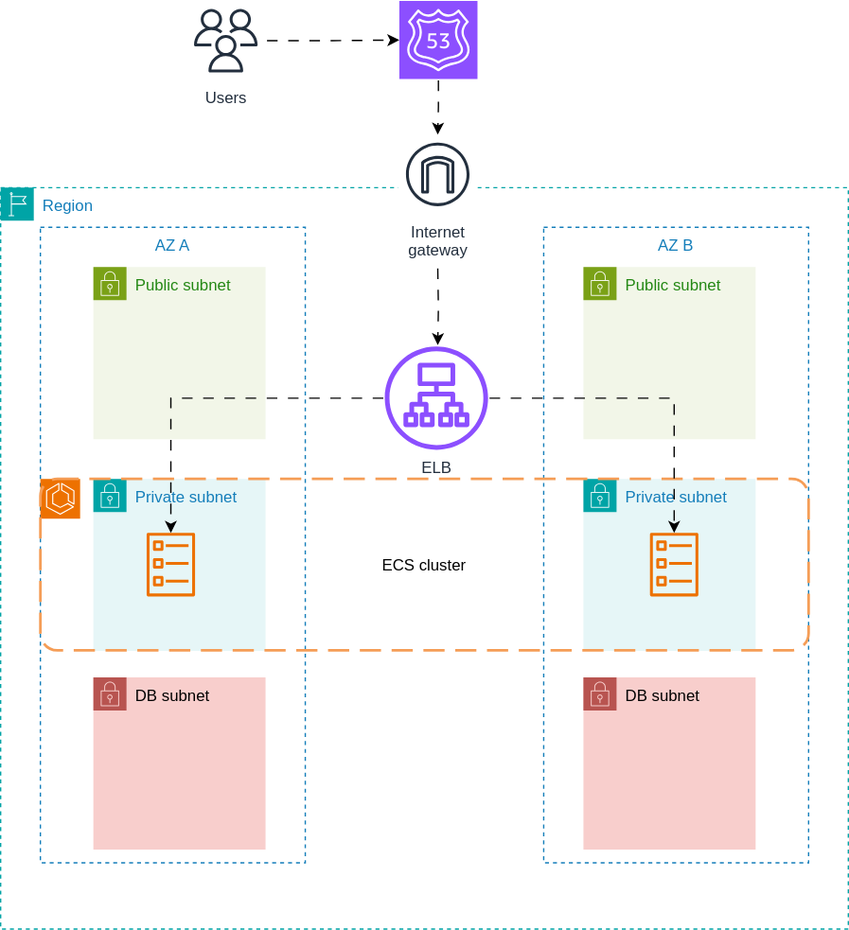
The draw.io diagram images/ecs-cluster.drawio.svg in levi-x00/my-devops-portfolio, before a commit. Source tidied: cells renumbered, new cells last; positions are measured from the earlier drawing's top-left corner, leaving out a move shared by most shapes.
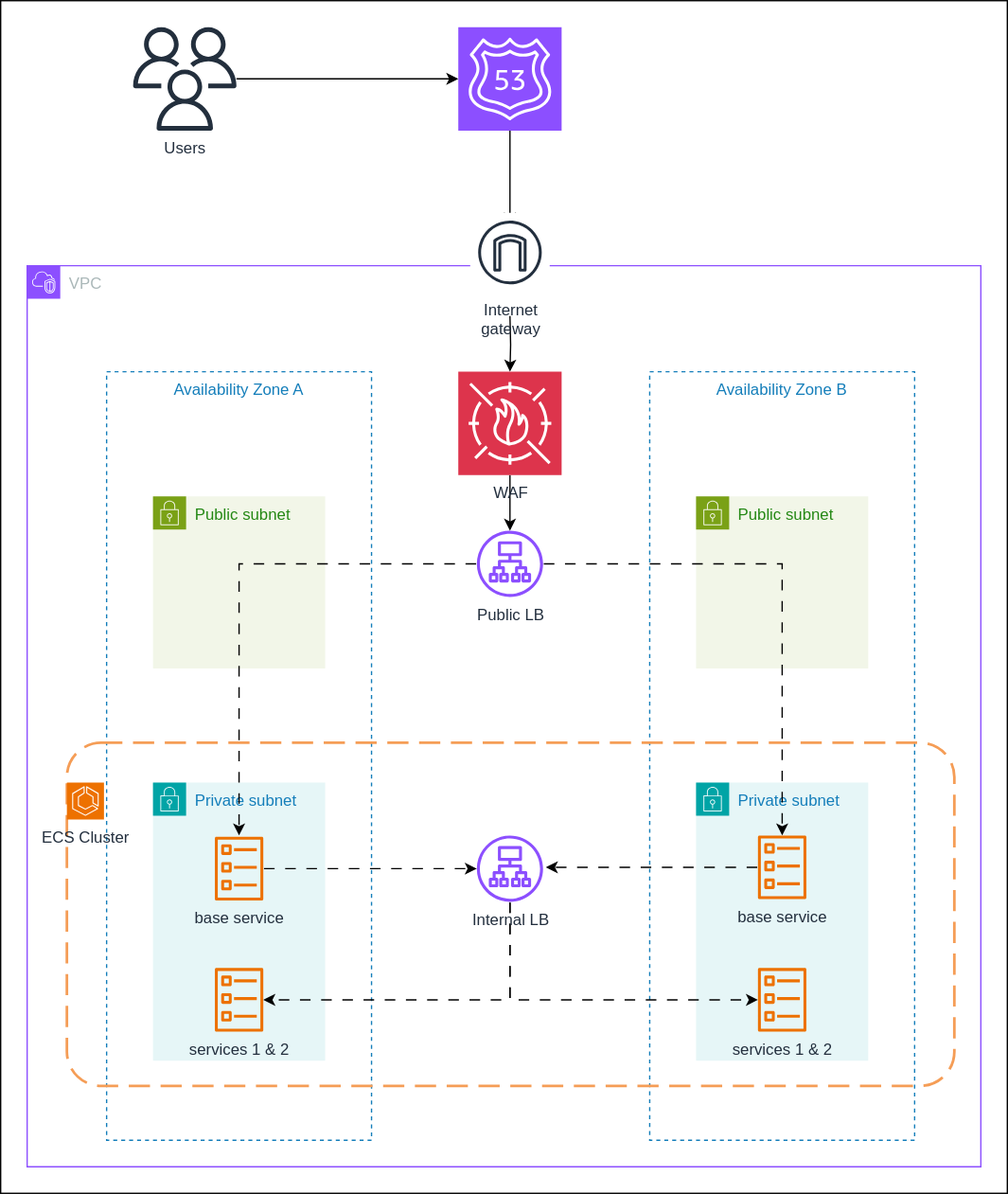
Above is the later version.

The edit, as a diff of the source:
```diff
@@ -2,73 +2,115 @@
   <root>
     <mxCell id="0" />
     <mxCell id="1" parent="0" />
-    <mxCell id="2" value="Region" style="gradientColor=none;html=1;whiteSpace=wrap;fontSize=12;fontStyle=0;shape=mxgraph.aws4.group;grIcon=mxgraph.aws4.group_region;strokeColor=#00A4A6;fillColor=none;verticalAlign=top;align=left;spacingLeft=30;fontColor=#147EBA;dashed=1;" parent="1" vertex="1">
-      <mxGeometry y="141" width="640" height="560" as="geometry" />
-    </mxCell>
-    <mxCell id="3" value="Public subnet" style="gradientColor=none;html=1;whiteSpace=wrap;fontSize=12;fontStyle=0;shape=mxgraph.aws4.group;grIcon=mxgraph.aws4.group_security_group;grStroke=0;strokeColor=#7AA116;fillColor=#F2F6E8;verticalAlign=top;align=left;spacingLeft=30;fontColor=#248814;dashed=0;" parent="2" vertex="1">
-      <mxGeometry x="70" y="60" width="130" height="130" as="geometry" />
-    </mxCell>
-    <mxCell id="4" value="Public subnet" style="gradientColor=none;html=1;whiteSpace=wrap;fontSize=12;fontStyle=0;shape=mxgraph.aws4.group;grIcon=mxgraph.aws4.group_security_group;grStroke=0;strokeColor=#7AA116;fillColor=#F2F6E8;verticalAlign=top;align=left;spacingLeft=30;fontColor=#248814;dashed=0;" parent="2" vertex="1">
-      <mxGeometry x="440" y="60" width="130" height="130" as="geometry" />
-    </mxCell>
-    <mxCell id="5" value="Private subnet" style="gradientColor=none;html=1;whiteSpace=wrap;fontSize=12;fontStyle=0;shape=mxgraph.aws4.group;grIcon=mxgraph.aws4.group_security_group;grStroke=0;strokeColor=#00A4A6;fillColor=#E6F6F7;verticalAlign=top;align=left;spacingLeft=30;fontColor=#147EBA;dashed=0;" parent="2" vertex="1">
-      <mxGeometry x="70" y="220" width="130" height="130" as="geometry" />
-    </mxCell>
-    <mxCell id="6" value="Private subnet" style="gradientColor=none;html=1;whiteSpace=wrap;fontSize=12;fontStyle=0;shape=mxgraph.aws4.group;grIcon=mxgraph.aws4.group_security_group;grStroke=0;strokeColor=#00A4A6;fillColor=#E6F6F7;verticalAlign=top;align=left;spacingLeft=30;fontColor=#147EBA;dashed=0;" parent="2" vertex="1">
-      <mxGeometry x="440" y="220" width="130" height="130" as="geometry" />
-    </mxCell>
-    <mxCell id="7" value="DB subnet" style="html=1;whiteSpace=wrap;fontSize=12;fontStyle=0;shape=mxgraph.aws4.group;grIcon=mxgraph.aws4.group_security_group;grStroke=0;strokeColor=#b85450;fillColor=#f8cecc;verticalAlign=top;align=left;spacingLeft=30;dashed=0;labelBorderColor=none;labelBackgroundColor=none;" parent="2" vertex="1">
-      <mxGeometry x="70" y="370" width="130" height="130" as="geometry" />
-    </mxCell>
-    <mxCell id="8" value="DB subnet" style="html=1;whiteSpace=wrap;fontSize=12;fontStyle=0;shape=mxgraph.aws4.group;grIcon=mxgraph.aws4.group_security_group;grStroke=0;strokeColor=#b85450;fillColor=#f8cecc;verticalAlign=top;align=left;spacingLeft=30;dashed=0;labelBorderColor=none;labelBackgroundColor=none;" parent="2" vertex="1">
-      <mxGeometry x="440" y="370" width="130" height="130" as="geometry" />
-    </mxCell>
-    <mxCell id="9" value="AZ A" style="fillColor=none;strokeColor=#147EBA;dashed=1;verticalAlign=top;fontStyle=0;fontColor=#147EBA;whiteSpace=wrap;html=1;" parent="2" vertex="1">
-      <mxGeometry x="30" y="30" width="200" height="480" as="geometry" />
-    </mxCell>
-    <mxCell id="10" value="AZ B" style="fillColor=none;strokeColor=#147EBA;dashed=1;verticalAlign=top;fontStyle=0;fontColor=#147EBA;whiteSpace=wrap;html=1;" parent="2" vertex="1">
-      <mxGeometry x="410" y="30" width="200" height="480" as="geometry" />
-    </mxCell>
-    <mxCell id="11" value="ELB" style="sketch=0;outlineConnect=0;fontColor=#232F3E;gradientColor=none;fillColor=#8C4FFF;strokeColor=none;dashed=0;verticalLabelPosition=bottom;verticalAlign=top;align=center;html=1;fontSize=12;fontStyle=0;shape=mxgraph.aws4.application_load_balancer;" parent="2" vertex="1">
-      <mxGeometry x="290" y="120" width="78" height="78" as="geometry" />
-    </mxCell>
-    <mxCell id="12" style="sketch=0;fontColor=#232F3E;fillColor=#ED7100;strokeColor=#ffffff;dashed=0;verticalLabelPosition=bottom;verticalAlign=top;align=center;html=1;fontSize=12;fontStyle=0;shape=mxgraph.aws4.resourceIcon;resIcon=mxgraph.aws4.ecs;" parent="2" vertex="1">
-      <mxGeometry x="30" y="220" width="30" height="30" as="geometry" />
-    </mxCell>
+    <mxCell id="24" style="rounded=0;whiteSpace=wrap;html=1;" parent="1" vertex="1">
+      <mxGeometry x="-210" y="-409" width="760" height="900" as="geometry" />
+    </mxCell>
+    <mxCell id="25" value="VPC" style="gradientColor=none;html=1;whiteSpace=wrap;fontSize=12;fontStyle=0;shape=mxgraph.aws4.group;grIcon=mxgraph.aws4.group_vpc2;strokeColor=#8C4FFF;fillColor=none;verticalAlign=top;align=left;spacingLeft=30;fontColor=#AAB7B8;dashed=0;" parent="1" vertex="1">
+      <mxGeometry x="-190" y="-209" width="720" height="680" as="geometry" />
+    </mxCell>
+    <mxCell id="26" value="Availability Zone A" style="fillColor=none;strokeColor=#147EBA;dashed=1;verticalAlign=top;fontStyle=0;fontColor=#147EBA;whiteSpace=wrap;html=1;" parent="25" vertex="1">
+      <mxGeometry x="60" y="80" width="200" height="580" as="geometry" />
+    </mxCell>
+    <mxCell id="27" value="Availability Zone B" style="fillColor=none;strokeColor=#147EBA;dashed=1;verticalAlign=top;fontStyle=0;fontColor=#147EBA;whiteSpace=wrap;html=1;" parent="25" vertex="1">
+      <mxGeometry x="470" y="80" width="200" height="580" as="geometry" />
+    </mxCell>
+    <mxCell id="28" value="Public LB" style="sketch=0;outlineConnect=0;fontColor=#232F3E;gradientColor=none;fillColor=#8C4FFF;strokeColor=none;dashed=0;verticalLabelPosition=bottom;verticalAlign=top;align=center;html=1;fontSize=12;fontStyle=0;shape=mxgraph.aws4.application_load_balancer;" parent="25" vertex="1">
+      <mxGeometry x="339.5" y="200" width="50" height="50" as="geometry" />
+    </mxCell>
+    <mxCell id="29" style="edgeStyle=orthogonalEdgeStyle;rounded=0;jettySize=auto;html=1;" parent="25" edge="1" source="30" target="28">
+      <mxGeometry relative="1" as="geometry" />
+    </mxCell>
+    <mxCell id="30" value="WAF" style="sketch=0;points=[[0,0,0],[0.25,0,0],[0.5,0,0],[0.75,0,0],[1,0,0],[0,1,0],[0.25,1,0],[0.5,1,0],[0.75,1,0],[1,1,0],[0,0.25,0],[0,0.5,0],[0,0.75,0],[1,0.25,0],[1,0.5,0],[1,0.75,0]];outlineConnect=0;fontColor=#232F3E;fillColor=#DD344C;strokeColor=#ffffff;dashed=0;verticalLabelPosition=bottom;verticalAlign=top;align=center;html=1;fontSize=12;fontStyle=0;shape=mxgraph.aws4.resourceIcon;resIcon=mxgraph.aws4.waf;" parent="25" vertex="1">
+      <mxGeometry x="325.5" y="80" width="78" height="78" as="geometry" />
+    </mxCell>
+    <mxCell id="31" value="Public subnet" style="gradientColor=none;html=1;whiteSpace=wrap;fontSize=12;fontStyle=0;shape=mxgraph.aws4.group;grIcon=mxgraph.aws4.group_security_group;grStroke=0;strokeColor=#7AA116;fillColor=#F2F6E8;verticalAlign=top;align=left;spacingLeft=30;fontColor=#248814;dashed=0;" parent="25" vertex="1">
+      <mxGeometry x="505" y="174" width="130" height="130" as="geometry" />
+    </mxCell>
+    <mxCell id="32" value="Public subnet" style="gradientColor=none;html=1;whiteSpace=wrap;fontSize=12;fontStyle=0;shape=mxgraph.aws4.group;grIcon=mxgraph.aws4.group_security_group;grStroke=0;strokeColor=#7AA116;fillColor=#F2F6E8;verticalAlign=top;align=left;spacingLeft=30;fontColor=#248814;dashed=0;" parent="25" vertex="1">
+      <mxGeometry x="95" y="174" width="130" height="130" as="geometry" />
+    </mxCell>
+    <mxCell id="33" value="Private subnet" style="gradientColor=none;html=1;whiteSpace=wrap;fontSize=12;fontStyle=0;shape=mxgraph.aws4.group;grIcon=mxgraph.aws4.group_security_group;grStroke=0;strokeColor=#00A4A6;fillColor=#E6F6F7;verticalAlign=top;align=left;spacingLeft=30;fontColor=#147EBA;dashed=0;" parent="25" vertex="1">
+      <mxGeometry x="95" y="390" width="130" height="210" as="geometry" />
+    </mxCell>
+    <mxCell id="34" value="Private subnet" style="gradientColor=none;html=1;whiteSpace=wrap;fontSize=12;fontStyle=0;shape=mxgraph.aws4.group;grIcon=mxgraph.aws4.group_security_group;grStroke=0;strokeColor=#00A4A6;fillColor=#E6F6F7;verticalAlign=top;align=left;spacingLeft=30;fontColor=#147EBA;dashed=0;" parent="25" vertex="1">
+      <mxGeometry x="505" y="390" width="130" height="210" as="geometry" />
+    </mxCell>
+    <mxCell id="35" value="services 1 &amp;amp; 2" style="sketch=0;outlineConnect=0;fontColor=#232F3E;gradientColor=none;fillColor=#ED7100;strokeColor=none;dashed=0;verticalLabelPosition=bottom;verticalAlign=top;align=center;html=1;fontSize=12;fontStyle=0;shape=mxgraph.aws4.ecs_task;" parent="34" vertex="1">
+      <mxGeometry x="46.5" y="140" width="37" height="48" as="geometry" />
+    </mxCell>
+    <mxCell id="36" value="base service" style="sketch=0;outlineConnect=0;fontColor=#232F3E;gradientColor=none;fillColor=#ED7100;strokeColor=none;dashed=0;verticalLabelPosition=bottom;verticalAlign=top;align=center;html=1;fontSize=12;fontStyle=0;shape=mxgraph.aws4.ecs_task;" parent="34" vertex="1">
+      <mxGeometry x="46.5" y="40" width="37" height="48" as="geometry" />
+    </mxCell>
+    <mxCell id="37" style="rounded=1;arcSize=10;dashed=1;strokeColor=#F59D56;fillColor=none;gradientColor=none;dashPattern=8 4;strokeWidth=2;" parent="25" vertex="1">
+      <mxGeometry x="30" y="360" width="670" height="259" as="geometry" />
+    </mxCell>
+    <mxCell id="38" value="ECS Cluster" style="sketch=0;fontColor=#232F3E;fillColor=#ED7100;strokeColor=#ffffff;dashed=0;verticalLabelPosition=bottom;verticalAlign=top;align=center;html=1;fontSize=12;fontStyle=0;shape=mxgraph.aws4.resourceIcon;resIcon=mxgraph.aws4.ecs;" parent="25" vertex="1">
+      <mxGeometry x="30" y="390" width="28" height="28" as="geometry" />
+    </mxCell>
+    <mxCell id="39" style="edgeStyle=orthogonalEdgeStyle;rounded=0;jettySize=auto;html=1;entryX=0.5;entryY=0;entryDx=0;entryDy=0;entryPerimeter=0;" parent="25" edge="1" target="30">
+      <mxGeometry relative="1" as="geometry">
+        <mxPoint x="364.5" y="38" as="sourcePoint" />
+      </mxGeometry>
+    </mxCell>
+    <mxCell id="40" style="edgeStyle=orthogonalEdgeStyle;rounded=0;jettySize=auto;html=1;flowAnimation=1;" parent="25" edge="1" source="42" target="35">
+      <mxGeometry relative="1" as="geometry">
+        <Array as="points">
+          <mxPoint x="365" y="554" />
+        </Array>
+      </mxGeometry>
+    </mxCell>
+    <mxCell id="41" style="edgeStyle=orthogonalEdgeStyle;rounded=0;jettySize=auto;html=1;flowAnimation=1;" parent="25" edge="1" source="42" target="43">
+      <mxGeometry relative="1" as="geometry">
+        <Array as="points">
+          <mxPoint x="365" y="554" />
+        </Array>
+      </mxGeometry>
+    </mxCell>
+    <mxCell id="42" value="Internal LB" style="sketch=0;outlineConnect=0;fontColor=#232F3E;gradientColor=none;fillColor=#8C4FFF;strokeColor=none;dashed=0;verticalLabelPosition=bottom;verticalAlign=top;align=center;html=1;fontSize=12;fontStyle=0;shape=mxgraph.aws4.application_load_balancer;" parent="25" vertex="1">
+      <mxGeometry x="339.5" y="430" width="50" height="50" as="geometry" />
+    </mxCell>
+    <mxCell id="43" value="services 1 &amp;amp; 2" style="sketch=0;outlineConnect=0;fontColor=#232F3E;gradientColor=none;fillColor=#ED7100;strokeColor=none;dashed=0;verticalLabelPosition=bottom;verticalAlign=top;align=center;html=1;fontSize=12;fontStyle=0;shape=mxgraph.aws4.ecs_task;" parent="25" vertex="1">
+      <mxGeometry x="141.5" y="530" width="37" height="48" as="geometry" />
+    </mxCell>
+    <mxCell id="44" style="edgeStyle=orthogonalEdgeStyle;rounded=0;jettySize=auto;html=1;entryX=0.806;entryY=0.27;entryDx=0;entryDy=0;entryPerimeter=0;flowAnimation=1;" parent="25" edge="1" source="28" target="37">
+      <mxGeometry relative="1" as="geometry">
+        <Array as="points">
+          <mxPoint x="570" y="225" />
+        </Array>
+      </mxGeometry>
+    </mxCell>
+    <mxCell id="45" style="edgeStyle=orthogonalEdgeStyle;rounded=0;jettySize=auto;html=1;entryX=0.194;entryY=0.27;entryDx=0;entryDy=0;entryPerimeter=0;flowAnimation=1;" parent="25" edge="1" source="28" target="37">
+      <mxGeometry relative="1" as="geometry">
+        <Array as="points">
+          <mxPoint x="160" y="225" />
+        </Array>
+      </mxGeometry>
+    </mxCell>
+    <mxCell id="46" style="edgeStyle=orthogonalEdgeStyle;rounded=0;jettySize=auto;html=1;entryX=1.042;entryY=0.48;entryDx=0;entryDy=0;entryPerimeter=0;flowAnimation=1;" parent="25" edge="1" source="36" target="42">
+      <mxGeometry relative="1" as="geometry" />
+    </mxCell>
+    <mxCell id="47" style="edgeStyle=orthogonalEdgeStyle;rounded=0;jettySize=auto;html=1;flowAnimation=1;" parent="25" edge="1" source="48" target="42">
+      <mxGeometry relative="1" as="geometry" />
+    </mxCell>
+    <mxCell id="48" value="base service" style="sketch=0;outlineConnect=0;fontColor=#232F3E;gradientColor=none;fillColor=#ED7100;strokeColor=none;dashed=0;verticalLabelPosition=bottom;verticalAlign=top;align=center;html=1;fontSize=12;fontStyle=0;shape=mxgraph.aws4.ecs_task;" parent="25" vertex="1">
+      <mxGeometry x="141.5" y="431" width="37" height="48" as="geometry" />
+    </mxCell>
+    <mxCell id="49" style="edgeStyle=orthogonalEdgeStyle;rounded=0;jettySize=auto;html=1;" parent="1" edge="1" source="50">
+      <mxGeometry relative="1" as="geometry">
+        <mxPoint x="174.5" y="-240" as="targetPoint" />
+      </mxGeometry>
+    </mxCell>
+    <mxCell id="50" style="sketch=0;points=[[0,0,0],[0.25,0,0],[0.5,0,0],[0.75,0,0],[1,0,0],[0,1,0],[0.25,1,0],[0.5,1,0],[0.75,1,0],[1,1,0],[0,0.25,0],[0,0.5,0],[0,0.75,0],[1,0.25,0],[1,0.5,0],[1,0.75,0]];outlineConnect=0;fontColor=#232F3E;fillColor=#8C4FFF;strokeColor=#ffffff;dashed=0;verticalLabelPosition=bottom;verticalAlign=top;align=center;html=1;fontSize=12;fontStyle=0;shape=mxgraph.aws4.resourceIcon;resIcon=mxgraph.aws4.route_53;" parent="1" vertex="1">
+      <mxGeometry x="135.5" y="-389" width="78" height="78" as="geometry" />
+    </mxCell>
+    <mxCell id="51" style="edgeStyle=orthogonalEdgeStyle;rounded=0;jettySize=auto;html=1;" parent="1" edge="1" source="22" target="50">
+      <mxGeometry relative="1" as="geometry" />
+    </mxCell>
+    <mxCell id="22" value="Users" style="sketch=0;outlineConnect=0;fontColor=#232F3E;gradientColor=none;fillColor=#232F3D;strokeColor=none;dashed=0;verticalLabelPosition=bottom;verticalAlign=top;align=center;html=1;fontSize=12;fontStyle=0;shape=mxgraph.aws4.users;" parent="1" vertex="1">
+      <mxGeometry x="-110" y="-389" width="78" height="78" as="geometry" />
+    </mxCell>
     <mxCell id="13" value="Internet&#10;gateway" style="sketch=0;outlineConnect=0;fontColor=#232F3E;gradientColor=none;strokeColor=#232F3E;fillColor=#ffffff;dashed=0;verticalLabelPosition=bottom;verticalAlign=top;align=center;html=1;fontSize=12;fontStyle=0;shape=mxgraph.aws4.resourceIcon;resIcon=mxgraph.aws4.internet_gateway;" parent="1" vertex="1">
-      <mxGeometry x="300" y="101" width="60" height="60" as="geometry" />
+      <mxGeometry x="144.5" y="-249" width="60" height="60" as="geometry" />
     </mxCell>
-    <mxCell id="14" value="ECS cluster" style="rounded=1;arcSize=10;dashed=1;strokeColor=#F59D56;fillColor=none;gradientColor=none;dashPattern=8 4;strokeWidth=2;" parent="1" vertex="1">
-      <mxGeometry x="30" y="361" width="580" height="129.5" as="geometry" />
-    </mxCell>
-    <mxCell id="15" style="sketch=0;outlineConnect=0;fontColor=#232F3E;gradientColor=none;fillColor=#ED7100;strokeColor=none;dashed=0;verticalLabelPosition=bottom;verticalAlign=top;align=center;html=1;fontSize=12;fontStyle=0;shape=mxgraph.aws4.ecs_task;" parent="1" vertex="1">
-      <mxGeometry x="110" y="401.8" width="37" height="48" as="geometry" />
-    </mxCell>
-    <mxCell id="16" style="sketch=0;outlineConnect=0;fontColor=#232F3E;gradientColor=none;fillColor=#ED7100;strokeColor=none;dashed=0;verticalLabelPosition=bottom;verticalAlign=top;align=center;html=1;fontSize=12;fontStyle=0;shape=mxgraph.aws4.ecs_task;" parent="1" vertex="1">
-      <mxGeometry x="490" y="401.8" width="37" height="48" as="geometry" />
-    </mxCell>
-    <mxCell id="17" style="edgeStyle=orthogonalEdgeStyle;rounded=0;jettySize=auto;html=1;flowAnimation=1;" parent="1" edge="1" source="11" target="15">
-      <mxGeometry relative="1" as="geometry" />
-    </mxCell>
-    <mxCell id="18" style="edgeStyle=orthogonalEdgeStyle;rounded=0;jettySize=auto;html=1;flowAnimation=1;" parent="1" edge="1" source="11" target="16">
-      <mxGeometry relative="1" as="geometry" />
-    </mxCell>
-    <mxCell id="19" style="edgeStyle=orthogonalEdgeStyle;rounded=0;jettySize=auto;html=1;flowAnimation=1;" parent="1" edge="1" source="20" target="13">
-      <mxGeometry relative="1" as="geometry" />
-    </mxCell>
-    <mxCell id="20" style="sketch=0;points=[[0,0,0],[0.25,0,0],[0.5,0,0],[0.75,0,0],[1,0,0],[0,1,0],[0.25,1,0],[0.5,1,0],[0.75,1,0],[1,1,0],[0,0.25,0],[0,0.5,0],[0,0.75,0],[1,0.25,0],[1,0.5,0],[1,0.75,0]];outlineConnect=0;fontColor=#232F3E;fillColor=#8C4FFF;strokeColor=#ffffff;dashed=0;verticalLabelPosition=bottom;verticalAlign=top;align=center;html=1;fontSize=12;fontStyle=0;shape=mxgraph.aws4.resourceIcon;resIcon=mxgraph.aws4.route_53;" parent="1" vertex="1">
-      <mxGeometry x="301" width="59" height="59" as="geometry" />
-    </mxCell>
-    <mxCell id="21" style="edgeStyle=orthogonalEdgeStyle;rounded=0;jettySize=auto;html=1;flowAnimation=1;" parent="1" edge="1" source="22" target="20">
-      <mxGeometry relative="1" as="geometry" />
-    </mxCell>
-    <mxCell id="22" value="Users" style="sketch=0;outlineConnect=0;fontColor=#232F3E;gradientColor=none;strokeColor=#232F3E;fillColor=#ffffff;dashed=0;verticalLabelPosition=bottom;verticalAlign=top;align=center;html=1;fontSize=12;fontStyle=0;shape=mxgraph.aws4.resourceIcon;resIcon=mxgraph.aws4.users;" parent="1" vertex="1">
-      <mxGeometry x="140" width="60" height="60" as="geometry" />
-    </mxCell>
-    <mxCell id="23" style="edgeStyle=orthogonalEdgeStyle;rounded=0;jettySize=auto;html=1;entryX=0.513;entryY=-0.013;entryDx=0;entryDy=0;entryPerimeter=0;flowAnimation=1;" parent="1" edge="1" target="11">
-      <mxGeometry relative="1" as="geometry">
-        <mxPoint x="330" y="201" as="sourcePoint" />
-      </mxGeometry>
-    </mxCell>
   </root>
 </mxGraphModel>
```
